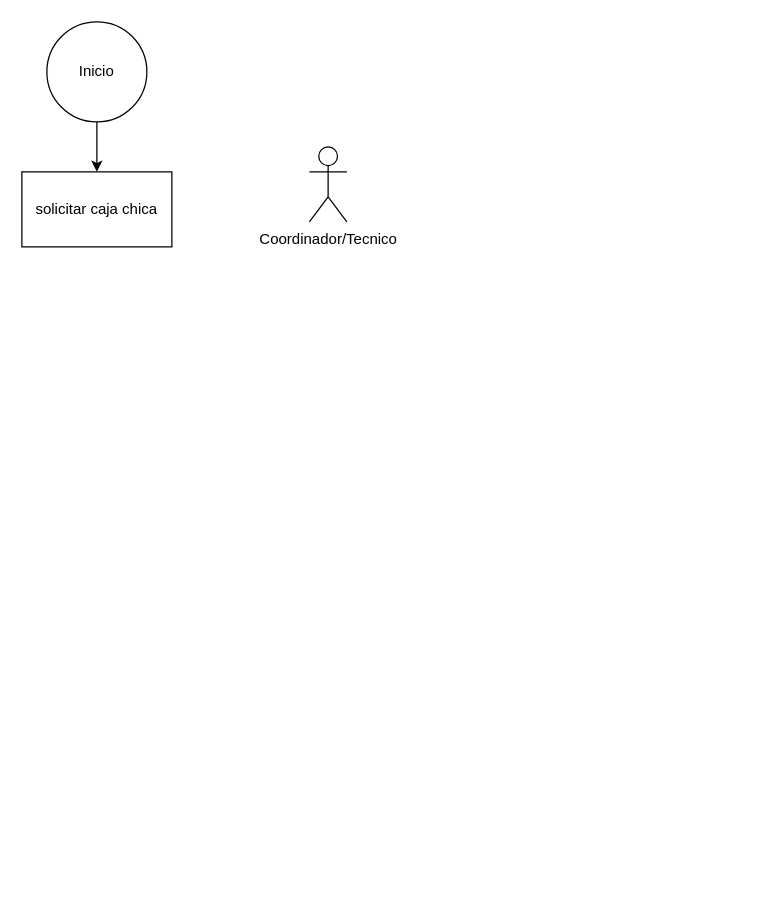
The draw.io diagram page "Página-1" (1 of 5) of CajaChica.drawio in paulchicaiza/tics, before the edit. Source tidied: cells renumbered, new cells numbered last; positions are measured from the earlier drawing's top-left corner, leaving out a move shared by most shapes. Both pictures are drawn from the tidied source at 125%, with x=0, y=0 at pixel (21, 21).
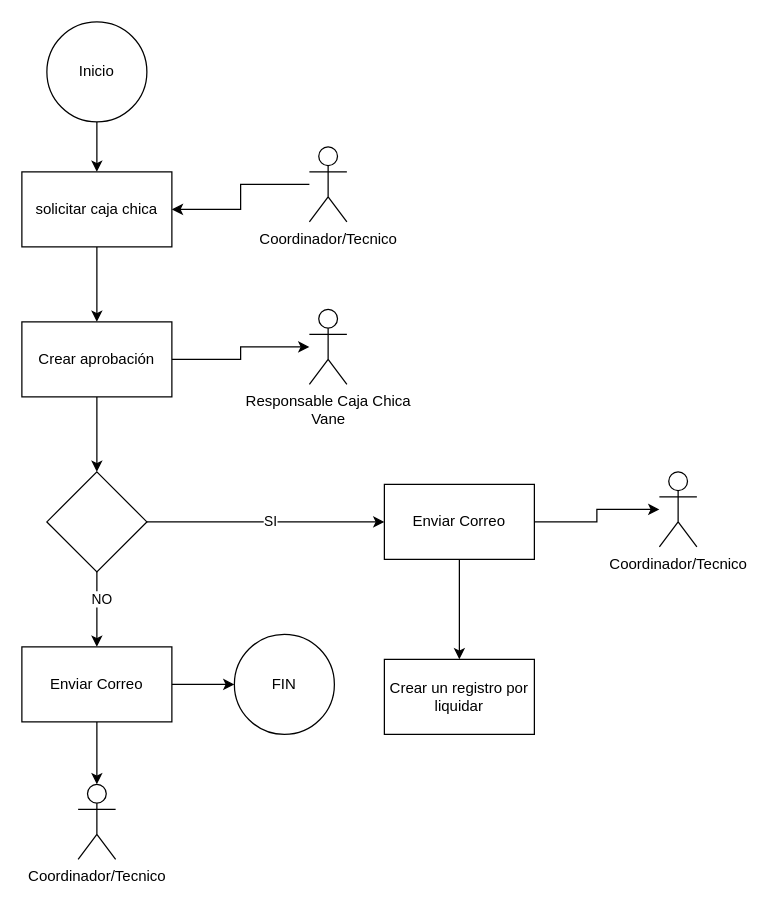
The same diagram, later.

Unchanged cells that the change refers to:
```xml
<mxCell id="4" value="solicitar caja chica" style="rounded=0;whiteSpace=wrap;html=1;" parent="1" vertex="1">
  <mxGeometry y="120" width="120" height="60" as="geometry" />
</mxCell>
<mxCell id="5" value="Coordinador/Tecnico" style="shape=umlActor;verticalLabelPosition=bottom;verticalAlign=top;html=1;outlineConnect=0;" parent="1" vertex="1">
  <mxGeometry x="230" y="100" width="30" height="60" as="geometry" />
</mxCell>
```

Change to the diagram source:
```diff
@@
+    <mxCell id="6" style="edgeStyle=orthogonalEdgeStyle;rounded=0;jettySize=auto;html=1;entryX=0.5;entryY=0;entryDx=0;entryDy=0;" parent="1" edge="1" source="4" target="10">
+      <mxGeometry relative="1" as="geometry" />
+    </mxCell>
@@
+    <mxCell id="7" style="edgeStyle=orthogonalEdgeStyle;rounded=0;jettySize=auto;html=1;entryX=1;entryY=0.5;entryDx=0;entryDy=0;" parent="1" edge="1" source="5" target="4">
+      <mxGeometry relative="1" as="geometry" />
+    </mxCell>
@@
+    <mxCell id="8" style="edgeStyle=orthogonalEdgeStyle;rounded=0;jettySize=auto;html=1;" parent="1" edge="1" source="10" target="11">
+      <mxGeometry relative="1" as="geometry" />
+    </mxCell>
+    <mxCell id="9" style="edgeStyle=orthogonalEdgeStyle;rounded=0;jettySize=auto;html=1;entryX=0.5;entryY=0;entryDx=0;entryDy=0;" parent="1" edge="1" source="10" target="16">
+      <mxGeometry relative="1" as="geometry" />
+    </mxCell>
+    <mxCell id="10" value="Crear aprobación" style="rounded=0;whiteSpace=wrap;html=1;" parent="1" vertex="1">
+      <mxGeometry y="240" width="120" height="60" as="geometry" />
+    </mxCell>
+    <mxCell id="11" value="Responsable Caja Chica&lt;br&gt;Vane" style="shape=umlActor;verticalLabelPosition=bottom;verticalAlign=top;html=1;outlineConnect=0;" parent="1" vertex="1">
+      <mxGeometry x="230" y="230" width="30" height="60" as="geometry" />
+    </mxCell>
+    <mxCell id="12" style="edgeStyle=orthogonalEdgeStyle;rounded=0;jettySize=auto;html=1;" parent="1" edge="1" source="16" target="19">
+      <mxGeometry relative="1" as="geometry" />
+    </mxCell>
+    <mxCell id="13" value="SI" style="edgeLabel;html=1;align=center;verticalAlign=middle;" parent="12" vertex="1">
+      <mxGeometry x="0.03" y="1" relative="1" as="geometry" />
+    </mxCell>
+    <mxCell id="14" style="edgeStyle=orthogonalEdgeStyle;rounded=0;jettySize=auto;html=1;entryX=0.5;entryY=0;entryDx=0;entryDy=0;" parent="1" edge="1" source="16" target="23">
+      <mxGeometry relative="1" as="geometry" />
+    </mxCell>
+    <mxCell id="15" value="NO" style="edgeLabel;html=1;align=center;verticalAlign=middle;" parent="14" vertex="1">
+      <mxGeometry x="-0.3" y="3" relative="1" as="geometry" />
+    </mxCell>
+    <mxCell id="16" style="rhombus;whiteSpace=wrap;html=1;" parent="1" vertex="1">
+      <mxGeometry x="20" y="360" width="80" height="80" as="geometry" />
+    </mxCell>
+    <mxCell id="17" style="edgeStyle=orthogonalEdgeStyle;rounded=0;jettySize=auto;html=1;" parent="1" edge="1" source="19" target="20">
+      <mxGeometry relative="1" as="geometry" />
+    </mxCell>
+    <mxCell id="18" style="edgeStyle=orthogonalEdgeStyle;rounded=0;jettySize=auto;html=1;" parent="1" edge="1" source="19" target="26">
+      <mxGeometry relative="1" as="geometry" />
+    </mxCell>
+    <mxCell id="19" value="Enviar Correo" style="whiteSpace=wrap;html=1;" parent="1" vertex="1">
+      <mxGeometry x="290" y="370" width="120" height="60" as="geometry" />
+    </mxCell>
+    <mxCell id="20" value="Coordinador/Tecnico" style="shape=umlActor;verticalLabelPosition=bottom;verticalAlign=top;html=1;outlineConnect=0;" parent="1" vertex="1">
+      <mxGeometry x="510" y="360" width="30" height="60" as="geometry" />
+    </mxCell>
+    <mxCell id="21" style="edgeStyle=orthogonalEdgeStyle;rounded=0;jettySize=auto;html=1;entryX=0.5;entryY=0;entryDx=0;entryDy=0;entryPerimeter=0;" parent="1" edge="1" source="23" target="24">
+      <mxGeometry relative="1" as="geometry" />
+    </mxCell>
+    <mxCell id="22" style="edgeStyle=orthogonalEdgeStyle;rounded=0;jettySize=auto;html=1;" parent="1" edge="1" source="23" target="25">
+      <mxGeometry relative="1" as="geometry" />
+    </mxCell>
+    <mxCell id="23" value="Enviar Correo" style="whiteSpace=wrap;html=1;" parent="1" vertex="1">
+      <mxGeometry y="500" width="120" height="60" as="geometry" />
+    </mxCell>
+    <mxCell id="24" value="Coordinador/Tecnico" style="shape=umlActor;verticalLabelPosition=bottom;verticalAlign=top;html=1;outlineConnect=0;" parent="1" vertex="1">
+      <mxGeometry x="45" y="610" width="30" height="60" as="geometry" />
+    </mxCell>
+    <mxCell id="25" value="FIN" style="ellipse;whiteSpace=wrap;html=1;" parent="1" vertex="1">
+      <mxGeometry x="170" y="490" width="80" height="80" as="geometry" />
+    </mxCell>
+    <mxCell id="26" value="Crear un registro por liquidar" style="whiteSpace=wrap;html=1;" parent="1" vertex="1">
+      <mxGeometry x="290" y="510" width="120" height="60" as="geometry" />
+    </mxCell>
```
